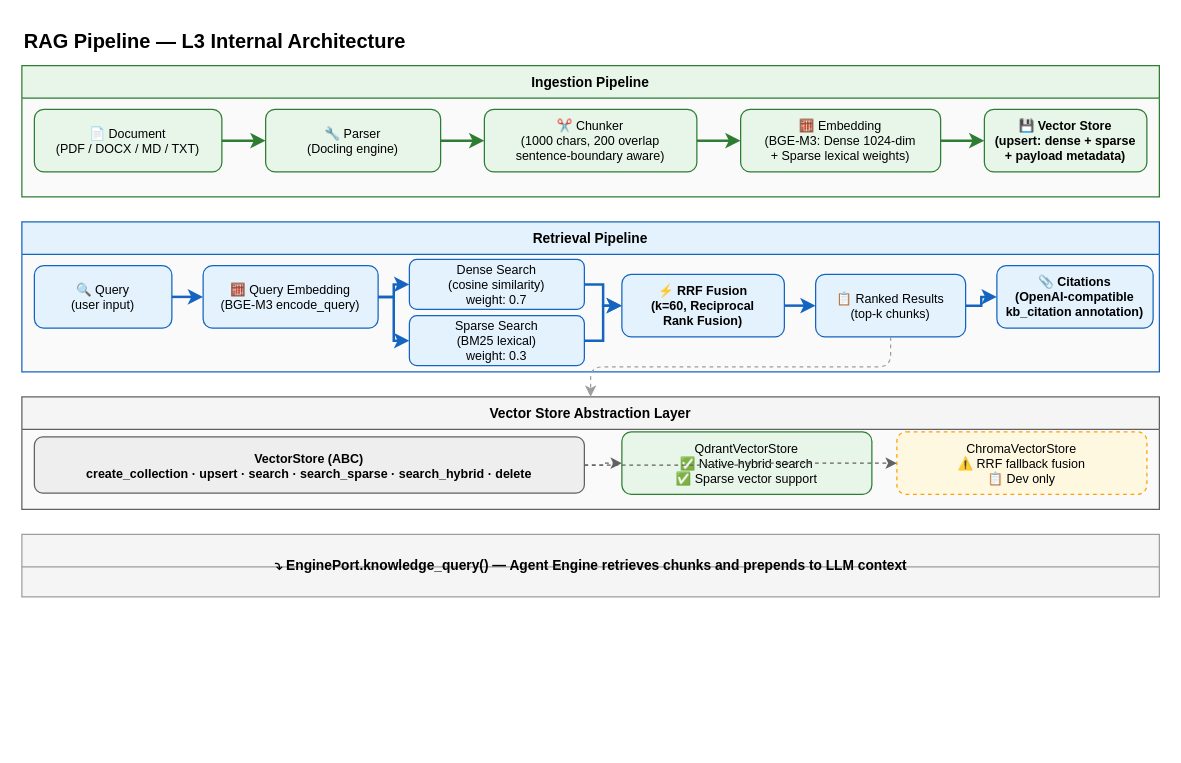
Before: docs/design/hardware/rag-pipeline-l3.drawio in xueyufish/hecate, a draw.io diagram. Source tidied: cells renumbered, new cells numbered last; positions are measured from the earlier drawing's top-left corner, leaving out a move shared by most shapes. Both pictures are drawn from the tidied source at 125%, with x=0, y=0 at pixel (21, 21).
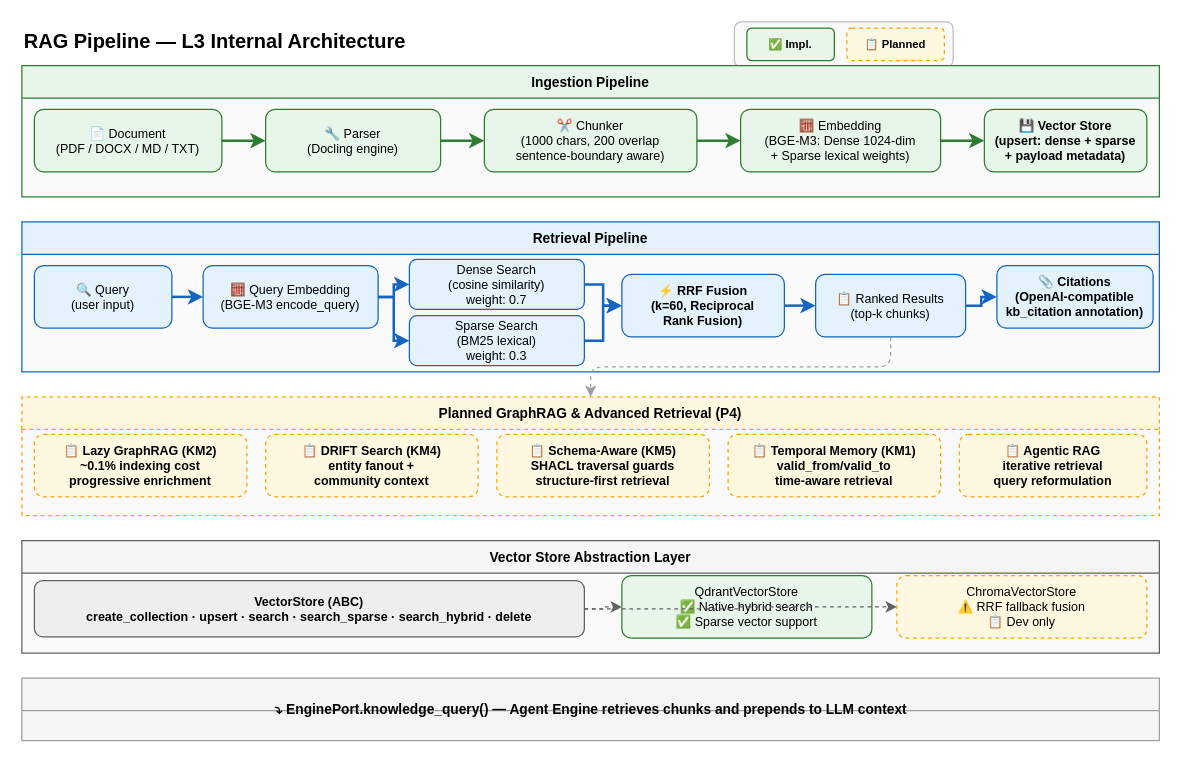
Above is the later version.

Change to the diagram source:
```diff
@@
+    <mxCell id="37" style="rounded=1;whiteSpace=wrap;html=1;fillColor=#FAFAFA;strokeColor=#BDBDBD;strokeWidth=1;" parent="1" vertex="1">
+      <mxGeometry x="570" width="175" height="36" as="geometry" />
+    </mxCell>
+    <mxCell id="38" value="✅ Impl." style="rounded=1;whiteSpace=wrap;html=1;fillColor=#E8F5E9;strokeColor=#2E7D32;fontSize=9;fontStyle=1;" parent="1" vertex="1">
+      <mxGeometry x="580" y="5" width="70" height="26" as="geometry" />
+    </mxCell>
+    <mxCell id="39" value="📋 Planned" style="rounded=1;whiteSpace=wrap;html=1;fillColor=#FFF8E1;strokeColor=#FFA000;fontSize=9;fontStyle=1;dashed=1;" parent="1" vertex="1">
+      <mxGeometry x="660" y="5" width="78" height="26" as="geometry" />
+    </mxCell>
@@
-    <mxCell id="28" value="Vector Store Abstraction Layer" style="swimlane;startSize=26;fillColor=#F5F5F5;strokeColor=#616161;fontSize=11;fontStyle=1;swimlaneFillColor=#FAFAFA;" parent="1" vertex="1">
-      <mxGeometry y="300" width="910" height="90" as="geometry" />
+    <mxCell id="28" value="Planned GraphRAG &amp; Advanced Retrieval (P4)" style="swimlane;startSize=26;fillColor=#FFF8E1;strokeColor=#FFA000;fontSize=11;fontStyle=1;swimlaneFillColor=#FAFAFA;dashed=1;" parent="1" vertex="1">
+      <mxGeometry y="300" width="910" height="95" as="geometry" />
     </mxCell>
+    <mxCell id="40" value="📋 Lazy GraphRAG (KM2)&#10;~0.1% indexing cost&#10;progressive enrichment" style="rounded=1;whiteSpace=wrap;html=1;fillColor=#FFF8E1;strokeColor=#FFA000;fontSize=10;fontStyle=1;dashed=1;" parent="28" vertex="1">
+      <mxGeometry x="10" y="30" width="170" height="50" as="geometry" />
+    </mxCell>
+    <mxCell id="41" value="📋 DRIFT Search (KM4)&#10;entity fanout +&#10;community context" style="rounded=1;whiteSpace=wrap;html=1;fillColor=#FFF8E1;strokeColor=#FFA000;fontSize=10;fontStyle=1;dashed=1;" parent="28" vertex="1">
+      <mxGeometry x="195" y="30" width="170" height="50" as="geometry" />
+    </mxCell>
+    <mxCell id="42" value="📋 Schema-Aware (KM5)&#10;SHACL traversal guards&#10;structure-first retrieval" style="rounded=1;whiteSpace=wrap;html=1;fillColor=#FFF8E1;strokeColor=#FFA000;fontSize=10;fontStyle=1;dashed=1;" parent="28" vertex="1">
+      <mxGeometry x="380" y="30" width="170" height="50" as="geometry" />
+    </mxCell>
+    <mxCell id="43" value="📋 Temporal Memory (KM1)&#10;valid_from/valid_to&#10;time-aware retrieval" style="rounded=1;whiteSpace=wrap;html=1;fillColor=#FFF8E1;strokeColor=#FFA000;fontSize=10;fontStyle=1;dashed=1;" parent="28" vertex="1">
+      <mxGeometry x="565" y="30" width="170" height="50" as="geometry" />
+    </mxCell>
+    <mxCell id="44" value="📋 Agentic RAG&#10;iterative retrieval&#10;query reformulation" style="rounded=1;whiteSpace=wrap;html=1;fillColor=#FFF8E1;strokeColor=#FFA000;fontSize=10;fontStyle=1;dashed=1;" parent="28" vertex="1">
+      <mxGeometry x="750" y="30" width="150" height="50" as="geometry" />
+    </mxCell>
+    <mxCell id="34" value="Vector Store Abstraction Layer" style="swimlane;startSize=26;fillColor=#F5F5F5;strokeColor=#616161;fontSize=11;fontStyle=1;swimlaneFillColor=#FAFAFA;" parent="1" vertex="1">
+      <mxGeometry y="415" width="910" height="90" as="geometry" />
+    </mxCell>
-    <mxCell id="29" value="VectorStore (ABC)&#10;create_collection · upsert · search · search_sparse · search_hybrid · delete" style="rounded=1;whiteSpace=wrap;html=1;fillColor=#EEEEEE;strokeColor=#616161;fontSize=10;fontStyle=1;" parent="28" vertex="1">
+    <mxCell id="29" value="VectorStore (ABC)&#10;create_collection · upsert · search · search_sparse · search_hybrid · delete" style="rounded=1;whiteSpace=wrap;html=1;fillColor=#EEEEEE;strokeColor=#616161;fontSize=10;fontStyle=1;" parent="34" vertex="1">
       <mxGeometry x="10" y="32" width="440" height="45" as="geometry" />
     </mxCell>
-    <mxCell id="30" value="QdrantVectorStore&#10;✅ Native hybrid search&#10;✅ Sparse vector support" style="rounded=1;whiteSpace=wrap;html=1;fillColor=#E8F5E9;strokeColor=#2E7D32;fontSize=10;" parent="28" vertex="1">
+    <mxCell id="30" value="QdrantVectorStore&#10;✅ Native hybrid search&#10;✅ Sparse vector support" style="rounded=1;whiteSpace=wrap;html=1;fillColor=#E8F5E9;strokeColor=#2E7D32;fontSize=10;" parent="34" vertex="1">
       <mxGeometry x="480" y="28" width="200" height="50" as="geometry" />
     </mxCell>
-    <mxCell id="31" value="ChromaVectorStore&#10;⚠️ RRF fallback fusion&#10;📋 Dev only" style="rounded=1;whiteSpace=wrap;html=1;fillColor=#FFF8E1;strokeColor=#FFA000;dashed=1;fontSize=10;" parent="28" vertex="1">
+    <mxCell id="31" value="ChromaVectorStore&#10;⚠️ RRF fallback fusion&#10;📋 Dev only" style="rounded=1;whiteSpace=wrap;html=1;fillColor=#FFF8E1;strokeColor=#FFA000;dashed=1;fontSize=10;" parent="34" vertex="1">
       <mxGeometry x="700" y="28" width="200" height="50" as="geometry" />
     </mxCell>
-    <mxCell id="32" style="edgeStyle=orthogonalEdgeStyle;rounded=0;html=1;strokeColor=#616161;strokeWidth=1;dashed=1;exitX=1;exitY=0.5;entryX=0;entryY=0.5;" parent="28" edge="1" source="29" target="30">
+    <mxCell id="32" style="edgeStyle=orthogonalEdgeStyle;rounded=0;html=1;strokeColor=#616161;strokeWidth=1;dashed=1;exitX=1;exitY=0.5;entryX=0;entryY=0.5;" parent="34" edge="1" source="29" target="30">
       <mxGeometry relative="1" as="geometry" />
     </mxCell>
-    <mxCell id="33" style="edgeStyle=orthogonalEdgeStyle;rounded=0;html=1;strokeColor=#616161;strokeWidth=1;dashed=1;exitX=1;exitY=0.5;entryX=0;entryY=0.5;" parent="28" edge="1" source="29" target="31">
+    <mxCell id="33" style="edgeStyle=orthogonalEdgeStyle;rounded=0;html=1;strokeColor=#616161;strokeWidth=1;dashed=1;exitX=1;exitY=0.5;entryX=0;entryY=0.5;" parent="34" edge="1" source="29" target="31">
       <mxGeometry relative="1" as="geometry" />
     </mxCell>
-    <mxCell id="34" style="swimlane;startSize=26;fillColor=#F5F5F5;strokeColor=#9E9E9E;fontSize=11;fontStyle=1;swimlaneFillColor=#F5F5F5;" parent="1" vertex="1">
-      <mxGeometry y="410" width="910" height="50" as="geometry" />
-    </mxCell>
+    <mxCell id="45" style="swimlane;startSize=26;fillColor=#F5F5F5;strokeColor=#9E9E9E;fontSize=11;fontStyle=1;swimlaneFillColor=#F5F5F5;" parent="1" vertex="1">
+      <mxGeometry y="525" width="910" height="50" as="geometry" />
+    </mxCell>
-    <mxCell id="35" value="⤵  EnginePort.knowledge_query() — Agent Engine retrieves chunks and prepends to LLM context" style="text;html=1;fontSize=11;fontStyle=1;align=center;verticalAlign=middle;fillColor=none;strokeColor=none;" parent="34" vertex="1">
+    <mxCell id="35" value="⤵  EnginePort.knowledge_query() — Agent Engine retrieves chunks and prepends to LLM context" style="text;html=1;fontSize=11;fontStyle=1;align=center;verticalAlign=middle;fillColor=none;strokeColor=none;" parent="45" vertex="1">
       <mxGeometry x="100" y="5" width="710" height="40" as="geometry" />
     </mxCell>
```
